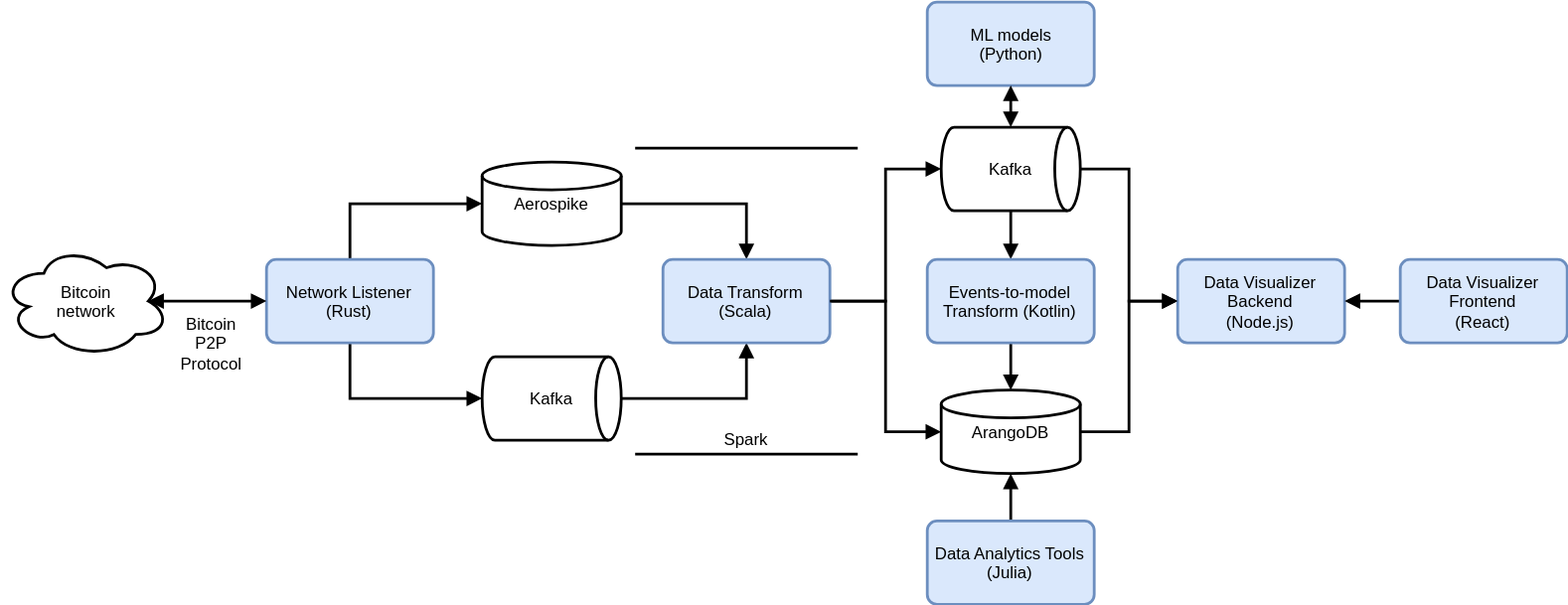
This is docs/architecture.svg from datagnition/bitcoin-peer, a draw.io export, as it was before one commit. Source tidied: cells renumbered, new cells last; positions are measured from the earlier drawing's top-left corner, leaving out a move shared by most shapes. Its diagram source:
```xml
<mxGraphModel>
  <root>
    <mxCell id="0" />
    <mxCell id="1" parent="0" />
    <mxCell id="2" style="edgeStyle=orthogonalEdgeStyle;rounded=0;html=1;startArrow=none;startFill=0;endArrow=block;endFill=1;jettySize=auto;strokeWidth=2;exitX=0.5;exitY=0;exitDx=0;exitDy=0;entryX=0;entryY=0.5;entryDx=0;entryDy=0;entryPerimeter=0;" parent="1" edge="1" source="4" target="9">
      <mxGeometry relative="1" as="geometry" />
    </mxCell>
    <mxCell id="3" style="edgeStyle=orthogonalEdgeStyle;rounded=0;html=1;startArrow=none;startFill=0;endArrow=block;endFill=1;jettySize=auto;strokeWidth=2;exitX=0.5;exitY=1;exitDx=0;exitDy=0;entryX=0;entryY=0.5;entryDx=0;entryDy=0;entryPerimeter=0;" parent="1" edge="1" source="4" target="11">
      <mxGeometry relative="1" as="geometry" />
    </mxCell>
    <mxCell id="4" value="Network Listener (Rust)" style="rounded=1;whiteSpace=wrap;html=1;absoluteArcSize=1;arcSize=14;strokeWidth=2;fillColor=#dae8fc;strokeColor=#6c8ebf;" parent="1" vertex="1">
      <mxGeometry x="190" y="185" width="120" height="60" as="geometry" />
    </mxCell>
    <mxCell id="5" value="Bitcoin&lt;br&gt;network" style="ellipse;shape=cloud;whiteSpace=wrap;html=1;strokeWidth=2;" parent="1" vertex="1">
      <mxGeometry y="175" width="120" height="80" as="geometry" />
    </mxCell>
    <mxCell id="6" style="endArrow=block;startArrow=block;html=1;entryX=0;entryY=0.5;entryDx=0;entryDy=0;exitX=0.875;exitY=0.5;exitDx=0;exitDy=0;exitPerimeter=0;strokeWidth=2;startFill=1;endFill=1;" parent="1" edge="1" source="5" target="4">
      <mxGeometry relative="1" as="geometry" />
    </mxCell>
    <mxCell id="7" value="Bitcoin P2P Protocol" style="text;html=1;strokeColor=none;fillColor=none;align=center;verticalAlign=middle;whiteSpace=wrap;rounded=0;" parent="1" vertex="1">
      <mxGeometry x="130" y="235" width="40" height="20" as="geometry" />
    </mxCell>
    <mxCell id="8" style="edgeStyle=orthogonalEdgeStyle;rounded=0;html=1;startArrow=none;startFill=0;endArrow=block;endFill=1;jettySize=auto;strokeWidth=2;" parent="1" edge="1" source="9" target="14">
      <mxGeometry relative="1" as="geometry" />
    </mxCell>
    <mxCell id="9" value="Aerospike" style="strokeWidth=2;html=1;shape=mxgraph.flowchart.database;whiteSpace=wrap;" parent="1" vertex="1">
      <mxGeometry x="345" y="115" width="100" height="60" as="geometry" />
    </mxCell>
    <mxCell id="10" style="edgeStyle=orthogonalEdgeStyle;rounded=0;html=1;startArrow=none;startFill=0;endArrow=block;endFill=1;jettySize=auto;strokeWidth=2;entryX=0.5;entryY=1;entryDx=0;entryDy=0;" parent="1" edge="1" source="11" target="14">
      <mxGeometry relative="1" as="geometry" />
    </mxCell>
    <mxCell id="11" value="Kafka" style="strokeWidth=2;html=1;shape=mxgraph.flowchart.direct_data;whiteSpace=wrap;" parent="1" vertex="1">
      <mxGeometry x="345" y="255" width="100" height="60" as="geometry" />
    </mxCell>
    <mxCell id="12" value="Spark" style="shape=partialRectangle;whiteSpace=wrap;html=1;left=0;right=0;fillColor=none;strokeWidth=2;verticalAlign=bottom;" parent="1" vertex="1">
      <mxGeometry x="455" y="105" width="160" height="220" as="geometry" />
    </mxCell>
    <mxCell id="13" style="edgeStyle=orthogonalEdgeStyle;rounded=0;html=1;startArrow=none;startFill=0;endArrow=block;endFill=1;jettySize=auto;strokeWidth=2;entryX=0;entryY=0.5;entryDx=0;entryDy=0;entryPerimeter=0;" parent="1" edge="1" source="14" target="22">
      <mxGeometry relative="1" as="geometry" />
    </mxCell>
    <mxCell id="14" value="Data Transform (Scala)" style="rounded=1;whiteSpace=wrap;html=1;absoluteArcSize=1;arcSize=14;strokeWidth=2;fillColor=#dae8fc;strokeColor=#6c8ebf;" parent="1" vertex="1">
      <mxGeometry x="475" y="185" width="120" height="60" as="geometry" />
    </mxCell>
    <mxCell id="15" style="edgeStyle=orthogonalEdgeStyle;rounded=0;html=1;startArrow=none;startFill=0;endArrow=block;endFill=1;jettySize=auto;strokeWidth=2;entryX=0;entryY=0.5;entryDx=0;entryDy=0;" parent="1" edge="1" source="17" target="18">
      <mxGeometry relative="1" as="geometry" />
    </mxCell>
    <mxCell id="16" style="edgeStyle=orthogonalEdgeStyle;rounded=0;html=1;startArrow=block;startFill=1;endArrow=none;endFill=0;jettySize=auto;strokeWidth=2;entryX=1;entryY=0.5;entryDx=0;entryDy=0;" parent="1" edge="1" source="17" target="14">
      <mxGeometry relative="1" as="geometry" />
    </mxCell>
    <mxCell id="17" value="Kafka" style="strokeWidth=2;html=1;shape=mxgraph.flowchart.direct_data;whiteSpace=wrap;" parent="1" vertex="1">
      <mxGeometry x="675" y="90" width="100" height="60" as="geometry" />
    </mxCell>
    <mxCell id="18" value="Data Visualizer Backend&lt;br&gt;(Node.js)&lt;br&gt;" style="rounded=1;whiteSpace=wrap;html=1;absoluteArcSize=1;arcSize=14;strokeWidth=2;fillColor=#dae8fc;strokeColor=#6c8ebf;" parent="1" vertex="1">
      <mxGeometry x="845" y="185" width="120" height="60" as="geometry" />
    </mxCell>
    <mxCell id="19" style="edgeStyle=orthogonalEdgeStyle;rounded=0;html=1;startArrow=none;startFill=0;endArrow=block;endFill=1;jettySize=auto;strokeWidth=2;" parent="1" edge="1" source="20" target="18">
      <mxGeometry relative="1" as="geometry" />
    </mxCell>
    <mxCell id="20" value="Data Visualizer Frontend&lt;br&gt;(React)&lt;br&gt;" style="rounded=1;whiteSpace=wrap;html=1;absoluteArcSize=1;arcSize=14;strokeWidth=2;fillColor=#dae8fc;strokeColor=#6c8ebf;" parent="1" vertex="1">
      <mxGeometry x="1005" y="185" width="120" height="60" as="geometry" />
    </mxCell>
    <mxCell id="21" style="edgeStyle=orthogonalEdgeStyle;rounded=0;html=1;startArrow=block;startFill=1;endArrow=none;endFill=0;jettySize=auto;strokeWidth=2;" parent="1" edge="1" source="22" target="24">
      <mxGeometry relative="1" as="geometry" />
    </mxCell>
    <mxCell id="22" value="ArangoDB" style="strokeWidth=2;html=1;shape=mxgraph.flowchart.database;whiteSpace=wrap;" parent="1" vertex="1">
      <mxGeometry x="675" y="279" width="100" height="60" as="geometry" />
    </mxCell>
    <mxCell id="23" style="edgeStyle=orthogonalEdgeStyle;rounded=0;html=1;startArrow=none;startFill=0;endArrow=block;endFill=1;jettySize=auto;strokeWidth=2;exitX=1;exitY=0.5;exitDx=0;exitDy=0;exitPerimeter=0;entryX=0;entryY=0.5;entryDx=0;entryDy=0;" parent="1" edge="1" source="22" target="18">
      <mxGeometry relative="1" as="geometry" />
    </mxCell>
    <mxCell id="24" value="Data Analytics Tools (Julia)&lt;br&gt;" style="rounded=1;whiteSpace=wrap;html=1;absoluteArcSize=1;arcSize=14;strokeWidth=2;fillColor=#dae8fc;strokeColor=#6c8ebf;" parent="1" vertex="1">
      <mxGeometry x="665" y="373" width="120" height="60" as="geometry" />
    </mxCell>
    <mxCell id="25" value="ML models&lt;br&gt;(Python)&lt;br&gt;" style="rounded=1;whiteSpace=wrap;html=1;absoluteArcSize=1;arcSize=14;strokeWidth=2;fillColor=#dae8fc;strokeColor=#6c8ebf;" parent="1" vertex="1">
      <mxGeometry x="665" width="120" height="60" as="geometry" />
    </mxCell>
    <mxCell id="26" style="edgeStyle=orthogonalEdgeStyle;rounded=0;html=1;startArrow=block;startFill=1;endArrow=block;endFill=1;jettySize=auto;strokeWidth=2;exitX=0.5;exitY=0;exitDx=0;exitDy=0;exitPerimeter=0;" parent="1" edge="1" source="17" target="25">
      <mxGeometry relative="1" as="geometry" />
    </mxCell>
    <mxCell id="27" style="edgeStyle=orthogonalEdgeStyle;rounded=0;html=1;exitX=0.5;exitY=0;exitDx=0;exitDy=0;entryX=0.5;entryY=1;entryDx=0;entryDy=0;entryPerimeter=0;startArrow=block;startFill=1;endArrow=none;endFill=0;jettySize=auto;strokeWidth=2;" parent="1" edge="1" source="29" target="17">
      <mxGeometry relative="1" as="geometry" />
    </mxCell>
    <mxCell id="28" style="edgeStyle=orthogonalEdgeStyle;rounded=0;html=1;exitX=0.5;exitY=1;exitDx=0;exitDy=0;startArrow=none;startFill=0;endArrow=block;endFill=1;jettySize=auto;strokeWidth=2;" parent="1" edge="1" source="29" target="22">
      <mxGeometry relative="1" as="geometry" />
    </mxCell>
    <mxCell id="29" value="Events-to-model Transform (Kotlin)&lt;br&gt;" style="rounded=1;whiteSpace=wrap;html=1;absoluteArcSize=1;arcSize=14;strokeWidth=2;fillColor=#dae8fc;strokeColor=#6c8ebf;" parent="1" vertex="1">
      <mxGeometry x="665" y="185" width="120" height="60" as="geometry" />
    </mxCell>
  </root>
</mxGraphModel>
```
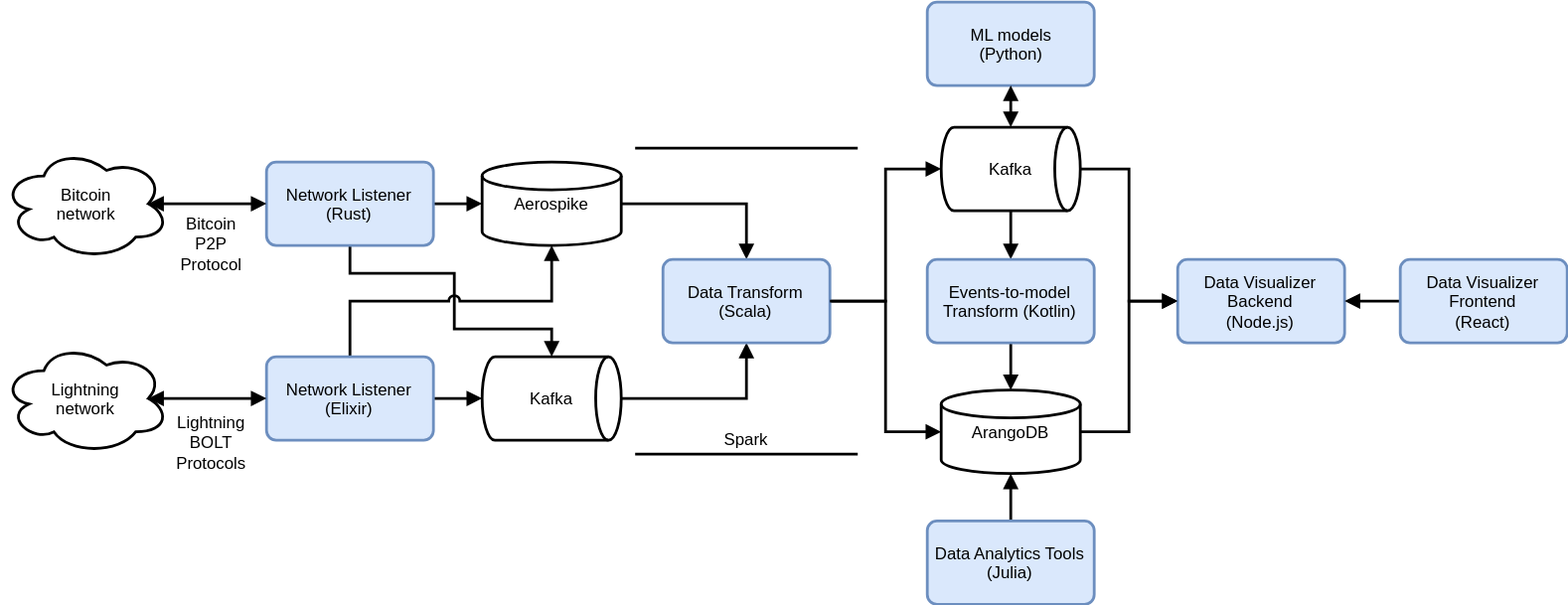
After the change.

Commit message:
Update SVG rendering for the architecture

Diff of the diagram source:
```diff
@@ -2,23 +2,30 @@
   <root>
     <mxCell id="0" />
     <mxCell id="1" parent="0" />
+    <mxCell id="3" style="edgeStyle=orthogonalEdgeStyle;rounded=0;html=1;startArrow=none;startFill=0;endArrow=block;endFill=1;jettySize=auto;strokeWidth=2;exitX=0.5;exitY=1;exitDx=0;exitDy=0;entryX=0.5;entryY=0;entryDx=0;entryDy=0;entryPerimeter=0;jumpStyle=arc;" parent="1" edge="1" source="4" target="11">
+      <mxGeometry relative="1" as="geometry">
+        <Array as="points">
+          <mxPoint x="250" y="195" />
+          <mxPoint x="325" y="195" />
+          <mxPoint x="325" y="235" />
+          <mxPoint x="395" y="235" />
+        </Array>
+      </mxGeometry>
+    </mxCell>
-    <mxCell id="2" style="edgeStyle=orthogonalEdgeStyle;rounded=0;html=1;startArrow=none;startFill=0;endArrow=block;endFill=1;jettySize=auto;strokeWidth=2;exitX=0.5;exitY=0;exitDx=0;exitDy=0;entryX=0;entryY=0.5;entryDx=0;entryDy=0;entryPerimeter=0;" parent="1" edge="1" source="4" target="9">
+    <mxCell id="2" style="edgeStyle=orthogonalEdgeStyle;rounded=0;html=1;endArrow=block;endFill=1;jettySize=auto;strokeWidth=2;" parent="1" edge="1" source="4" target="9">
       <mxGeometry relative="1" as="geometry" />
     </mxCell>
-    <mxCell id="3" style="edgeStyle=orthogonalEdgeStyle;rounded=0;html=1;startArrow=none;startFill=0;endArrow=block;endFill=1;jettySize=auto;strokeWidth=2;exitX=0.5;exitY=1;exitDx=0;exitDy=0;entryX=0;entryY=0.5;entryDx=0;entryDy=0;entryPerimeter=0;" parent="1" edge="1" source="4" target="11">
-      <mxGeometry relative="1" as="geometry" />
-    </mxCell>
     <mxCell id="4" value="Network Listener (Rust)" style="rounded=1;whiteSpace=wrap;html=1;absoluteArcSize=1;arcSize=14;strokeWidth=2;fillColor=#dae8fc;strokeColor=#6c8ebf;" parent="1" vertex="1">
-      <mxGeometry x="190" y="185" width="120" height="60" as="geometry" />
+      <mxGeometry x="190" y="115" width="120" height="60" as="geometry" />
     </mxCell>
     <mxCell id="5" value="Bitcoin&lt;br&gt;network" style="ellipse;shape=cloud;whiteSpace=wrap;html=1;strokeWidth=2;" parent="1" vertex="1">
-      <mxGeometry y="175" width="120" height="80" as="geometry" />
+      <mxGeometry y="105" width="120" height="80" as="geometry" />
     </mxCell>
     <mxCell id="6" style="endArrow=block;startArrow=block;html=1;entryX=0;entryY=0.5;entryDx=0;entryDy=0;exitX=0.875;exitY=0.5;exitDx=0;exitDy=0;exitPerimeter=0;strokeWidth=2;startFill=1;endFill=1;" parent="1" edge="1" source="5" target="4">
       <mxGeometry relative="1" as="geometry" />
     </mxCell>
     <mxCell id="7" value="Bitcoin P2P Protocol" style="text;html=1;strokeColor=none;fillColor=none;align=center;verticalAlign=middle;whiteSpace=wrap;rounded=0;" parent="1" vertex="1">
-      <mxGeometry x="130" y="235" width="40" height="20" as="geometry" />
+      <mxGeometry x="130" y="163" width="40" height="20" as="geometry" />
     </mxCell>
     <mxCell id="8" style="edgeStyle=orthogonalEdgeStyle;rounded=0;html=1;startArrow=none;startFill=0;endArrow=block;endFill=1;jettySize=auto;strokeWidth=2;" parent="1" edge="1" source="9" target="14">
       <mxGeometry relative="1" as="geometry" />
@@ -86,5 +93,28 @@
     <mxCell id="29" value="Events-to-model Transform (Kotlin)&lt;br&gt;" style="rounded=1;whiteSpace=wrap;html=1;absoluteArcSize=1;arcSize=14;strokeWidth=2;fillColor=#dae8fc;strokeColor=#6c8ebf;" parent="1" vertex="1">
       <mxGeometry x="665" y="185" width="120" height="60" as="geometry" />
     </mxCell>
+    <mxCell id="30" style="edgeStyle=orthogonalEdgeStyle;rounded=0;html=1;jettySize=auto;entryX=0.5;entryY=1;entryDx=0;entryDy=0;entryPerimeter=0;endArrow=block;endFill=1;strokeWidth=2;exitX=0.5;exitY=0;exitDx=0;exitDy=0;jumpStyle=arc;" parent="1" edge="1" source="32" target="9">
+      <mxGeometry relative="1" as="geometry">
+        <Array as="points">
+          <mxPoint x="250" y="215" />
+          <mxPoint x="395" y="215" />
+        </Array>
+      </mxGeometry>
+    </mxCell>
+    <mxCell id="31" style="edgeStyle=orthogonalEdgeStyle;rounded=0;html=1;endArrow=block;endFill=1;jettySize=auto;strokeWidth=2;entryX=0;entryY=0.5;entryDx=0;entryDy=0;entryPerimeter=0;" parent="1" edge="1" source="32" target="11">
+      <mxGeometry relative="1" as="geometry" />
+    </mxCell>
+    <mxCell id="32" value="Network Listener (Elixir)" style="rounded=1;whiteSpace=wrap;html=1;absoluteArcSize=1;arcSize=14;strokeWidth=2;fillColor=#dae8fc;strokeColor=#6c8ebf;" parent="1" vertex="1">
+      <mxGeometry x="190" y="255" width="120" height="60" as="geometry" />
+    </mxCell>
+    <mxCell id="33" value="Lightning&lt;br&gt;network" style="ellipse;shape=cloud;whiteSpace=wrap;html=1;strokeWidth=2;" parent="1" vertex="1">
+      <mxGeometry y="245" width="120" height="80" as="geometry" />
+    </mxCell>
+    <mxCell id="34" style="endArrow=block;startArrow=block;html=1;entryX=0;entryY=0.5;entryDx=0;entryDy=0;exitX=0.875;exitY=0.5;exitDx=0;exitDy=0;exitPerimeter=0;strokeWidth=2;startFill=1;endFill=1;" parent="1" edge="1" source="33" target="32">
+      <mxGeometry relative="1" as="geometry" />
+    </mxCell>
+    <mxCell id="35" value="Lightning BOLT Protocols" style="text;html=1;strokeColor=none;fillColor=none;align=center;verticalAlign=middle;whiteSpace=wrap;rounded=0;" parent="1" vertex="1">
+      <mxGeometry x="130" y="306" width="40" height="20" as="geometry" />
+    </mxCell>
   </root>
 </mxGraphModel>
```
